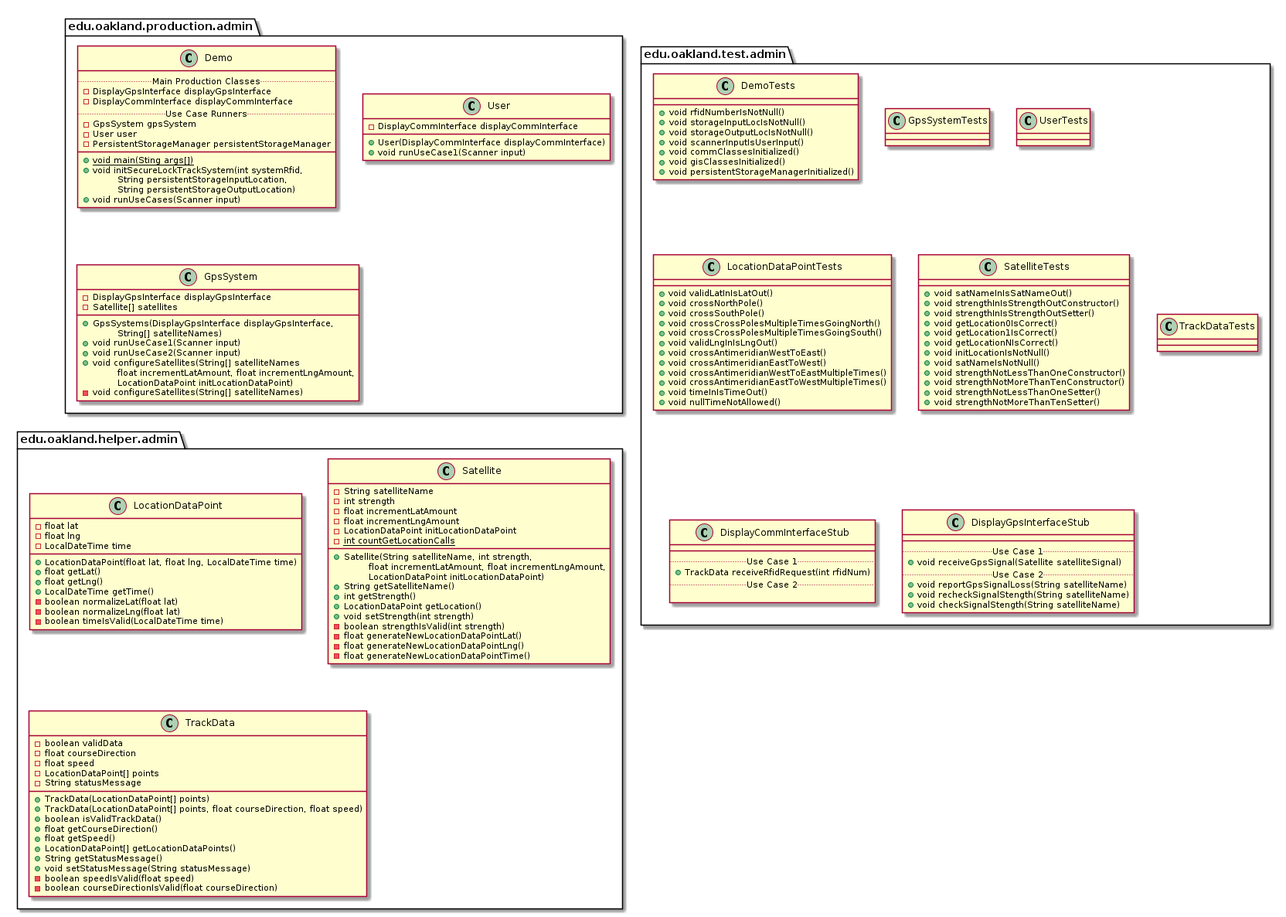
andrewdimmer/csi-3370-software-project keeps this PlantUML diagram as docs/uml-class-diagrams/admin/AdminPackages.png. Above is the earlier version.
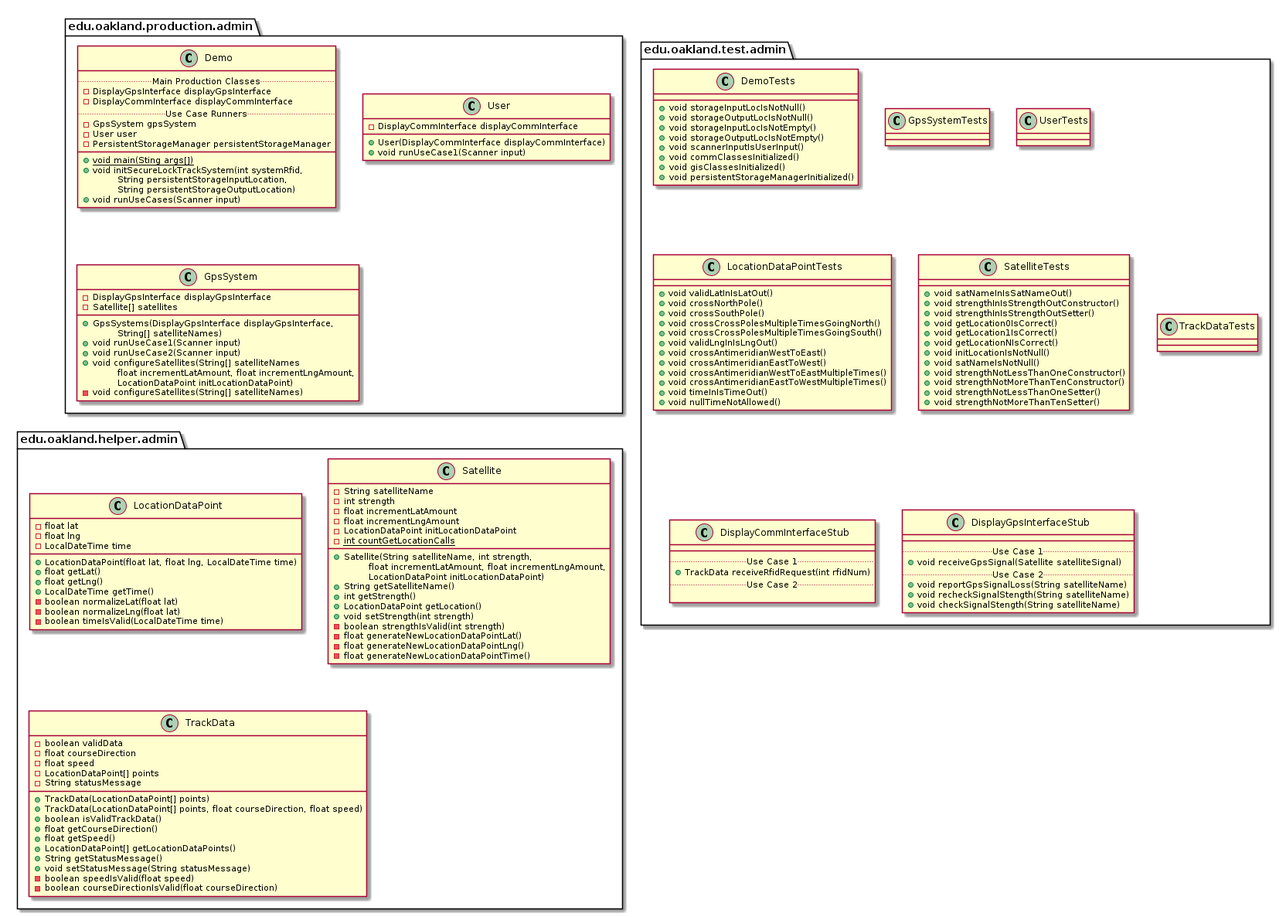
Above is the later version.

Change to the diagram source:
```diff
@@ -59,9 +59,10 @@
 
 package edu.oakland.test.admin {
     class DemoTests {
-        + void rfidNumberIsNotNull()
         + void storageInputLocIsNotNull()
         + void storageOutputLocIsNotNull()
+        + void storageInputLocIsNotEmpty()
+        + void storageOutputLocIsNotEmpty()
         + void scannerInputIsUserInput()
         + void commClassesInitialized()
         + void gisClassesInitialized()
```
